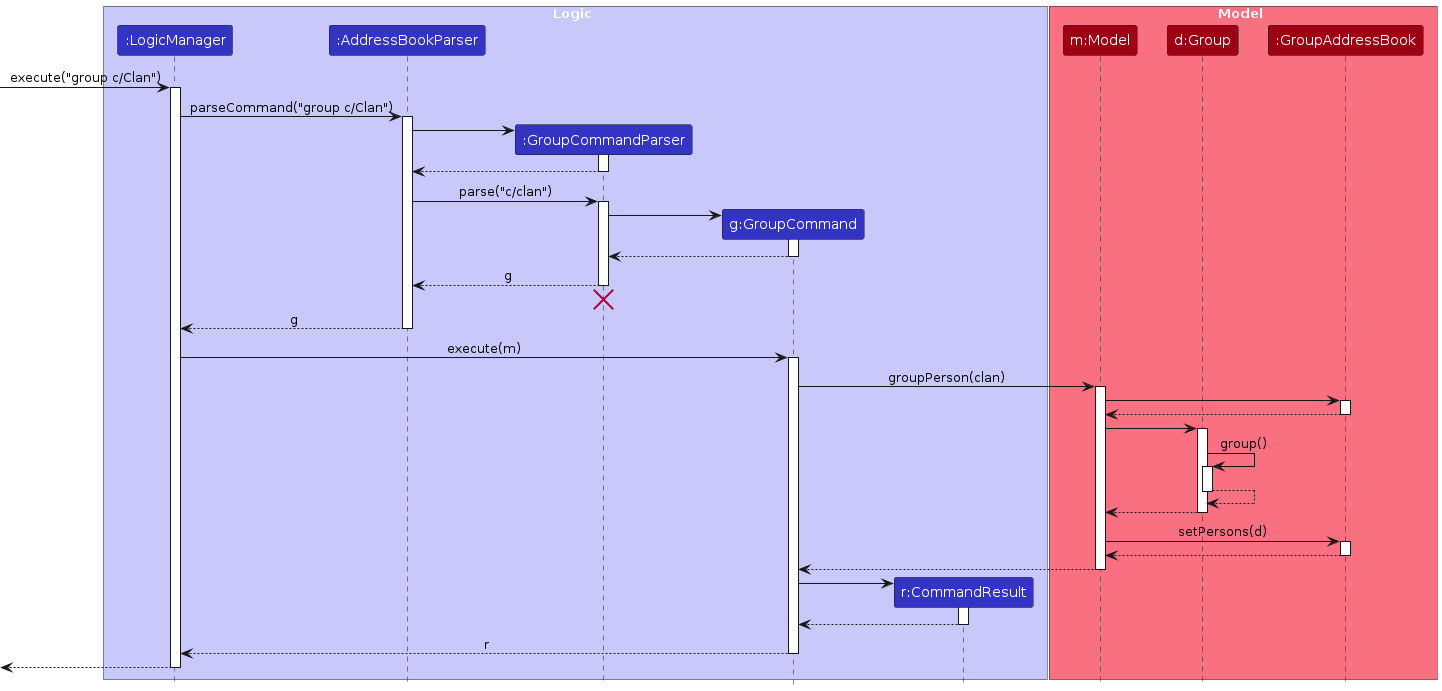
This is diagrams/GroupSequenceDiagram.png from AY2324S2-CS2103T-W13-3/tp, a PlantUML export, as it was before one commit. Its source is kept beside it as diagrams/GroupSequenceDiagram.puml.
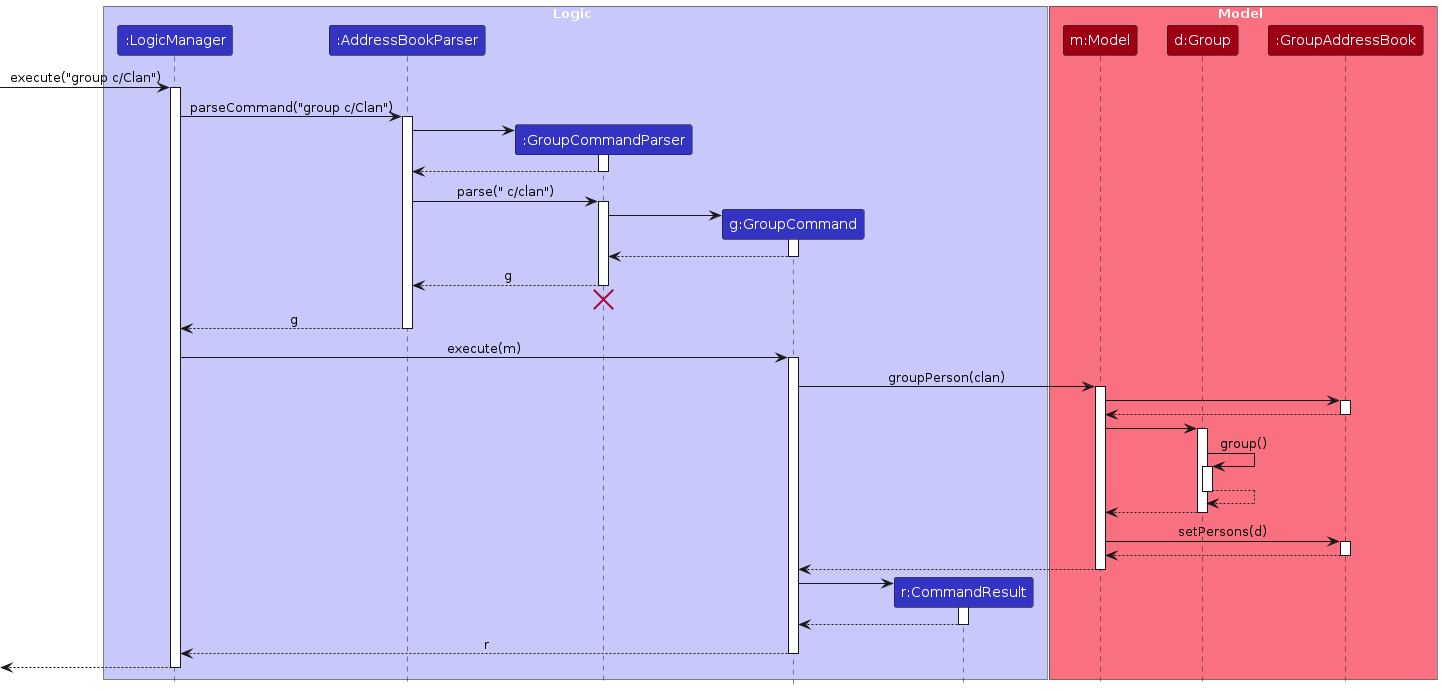
The same diagram one commit later.

Diff of the diagram source:
```diff
@@ -29,7 +29,7 @@
 GroupCommandParser --> AddressBookParser
 deactivate GroupCommandParser
 
-AddressBookParser -> GroupCommandParser : parse("c/clan")
+AddressBookParser -> GroupCommandParser : parse(" c/clan")
 activate GroupCommandParser
 
 create GroupCommand
```
